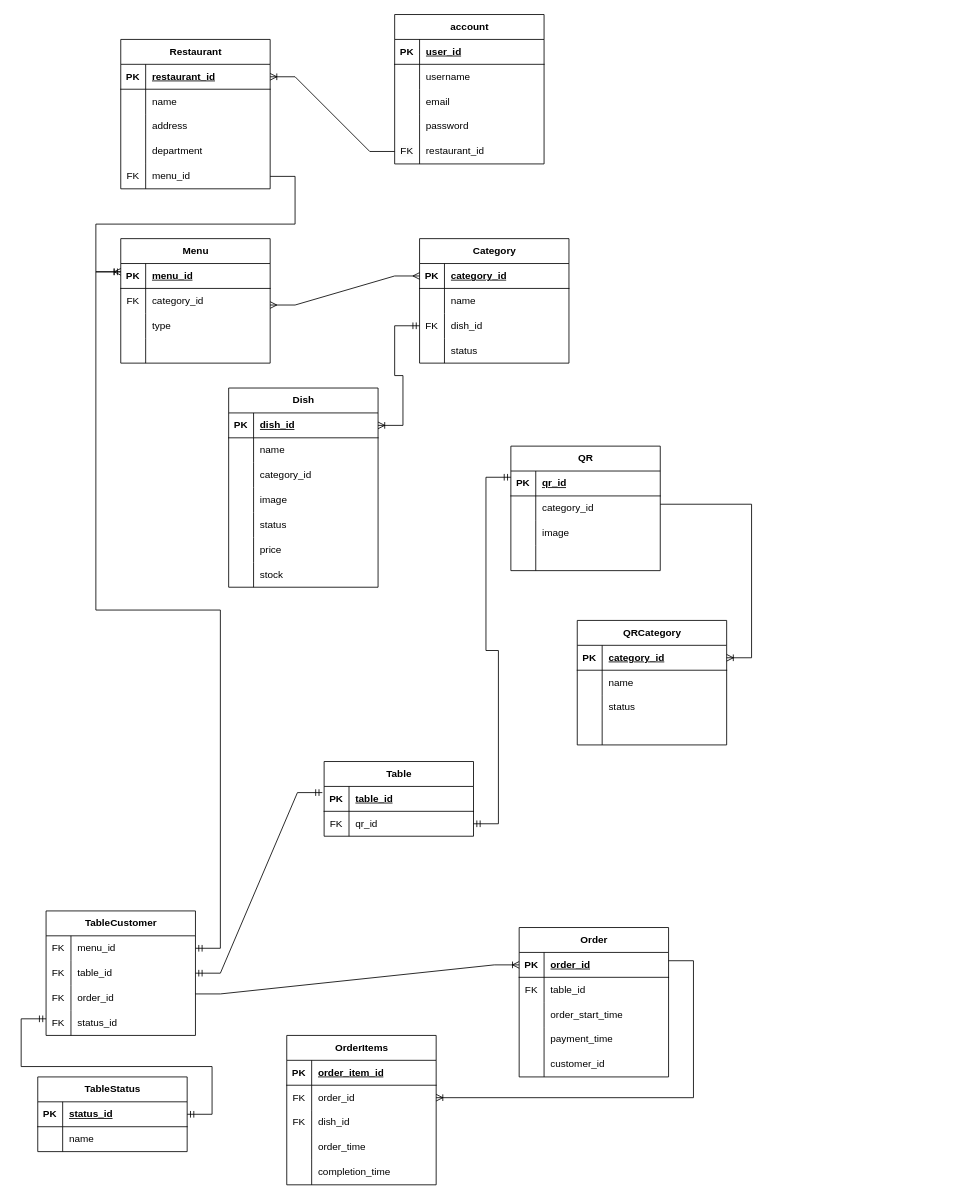
The draw.io diagram Untitled Diagram.drawio in trminhphu79/auth-example-angular, before the edit. Source tidied: cells renumbered, new cells numbered last; positions are measured from the earlier drawing's top-left corner, leaving out a move shared by most shapes. Both pictures are drawn from the tidied source at 83%, with x=0, y=0 at pixel (37, 14).
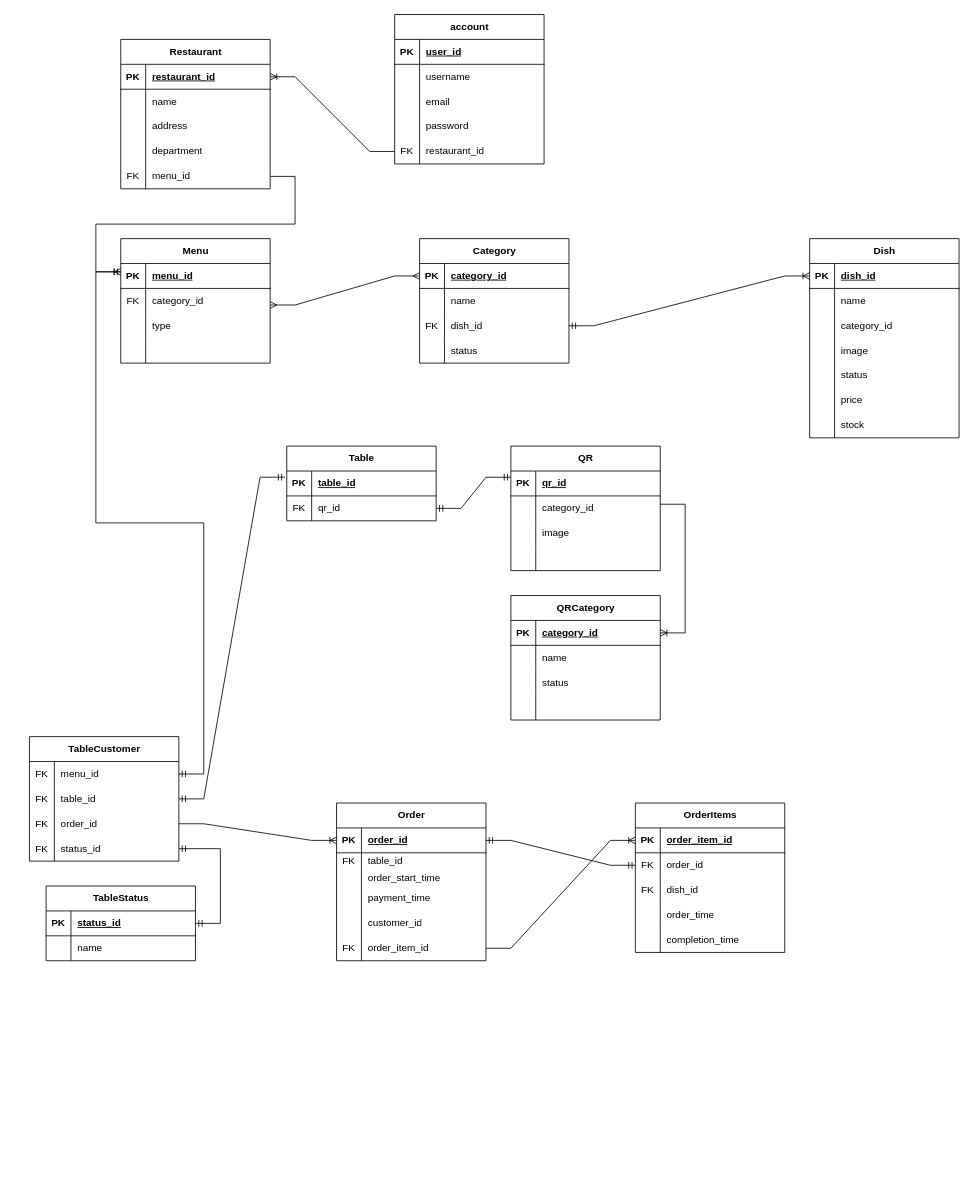
The same page after the edit.

The change refers to these unchanged cells:
```xml
<mxCell id="55" style="shape=tableRow;horizontal=0;startSize=0;swimlaneHead=0;swimlaneBody=0;fillColor=none;points=[[0,0.5],[1,0.5]];portConstraint=eastwest;top=0;left=0;right=0;bottom=0;" parent="48" vertex="1">
  <mxGeometry y="90" width="180" height="30" as="geometry" />
</mxCell>
<mxCell id="62" style="shape=tableRow;horizontal=0;startSize=0;swimlaneHead=0;swimlaneBody=0;fillColor=none;points=[[0,0.5],[1,0.5]];portConstraint=eastwest;top=0;left=0;right=0;bottom=1;" parent="61" vertex="1">
  <mxGeometry y="30" width="180" height="30" as="geometry" />
</mxCell>
<mxCell id="126" style="shape=tableRow;horizontal=0;startSize=0;swimlaneHead=0;swimlaneBody=0;fillColor=none;points=[[0,0.5],[1,0.5]];portConstraint=eastwest;top=0;left=0;right=0;bottom=0;" parent="119" vertex="1">
  <mxGeometry y="90" width="180" height="30" as="geometry" />
</mxCell>
<mxCell id="129" style="shape=tableRow;horizontal=0;startSize=0;swimlaneHead=0;swimlaneBody=0;fillColor=none;points=[[0,0.5],[1,0.5]];portConstraint=eastwest;top=0;left=0;right=0;bottom=0;" parent="119" vertex="1">
  <mxGeometry y="120" width="180" height="30" as="geometry" />
</mxCell>
<mxCell id="137" style="shape=tableRow;horizontal=0;startSize=0;swimlaneHead=0;swimlaneBody=0;fillColor=none;points=[[0,0.5],[1,0.5]];portConstraint=eastwest;top=0;left=0;right=0;bottom=1;" parent="136" vertex="1">
  <mxGeometry y="30" width="180" height="30" as="geometry" />
</mxCell>
<mxCell id="153" style="shape=tableRow;horizontal=0;startSize=0;swimlaneHead=0;swimlaneBody=0;fillColor=none;points=[[0,0.5],[1,0.5]];portConstraint=eastwest;top=0;left=0;right=0;bottom=1;" parent="152" vertex="1">
  <mxGeometry y="30" width="180" height="30" as="geometry" />
</mxCell>
<mxCell id="156" style="shape=tableRow;horizontal=0;startSize=0;swimlaneHead=0;swimlaneBody=0;fillColor=none;points=[[0,0.5],[1,0.5]];portConstraint=eastwest;top=0;left=0;right=0;bottom=0;" parent="152" vertex="1">
  <mxGeometry y="60" width="180" height="30" as="geometry" />
</mxCell>
<mxCell id="171" style="shape=tableRow;horizontal=0;startSize=0;swimlaneHead=0;swimlaneBody=0;fillColor=none;points=[[0,0.5],[1,0.5]];portConstraint=eastwest;top=0;left=0;right=0;bottom=1;" parent="170" vertex="1">
  <mxGeometry y="30" width="180" height="30" as="geometry" />
</mxCell>
```

Change to the diagram source:
```diff
@@
     <mxCell id="61" value="Dish" style="shape=table;startSize=30;childLayout=tableLayout;rowLines=0;fontStyle=1;align=center;html=1;" parent="1" vertex="1">
-      <mxGeometry x="230" y="450" width="180" height="240" as="geometry" />
+      <mxGeometry x="930" y="270" width="180" height="240" as="geometry" />
     </mxCell>
@@
-    <mxCell id="85" style="edgeStyle=entityRelationEdgeStyle;fontSize=12;html=1;endArrow=ERoneToMany;startArrow=ERmandOne;rounded=0;exitX=0;exitY=0.5;exitDx=0;exitDy=0;entryX=1;entryY=0.5;entryDx=0;entryDy=0;" parent="1" edge="1" source="55" target="62">
+    <mxCell id="85" style="edgeStyle=entityRelationEdgeStyle;fontSize=12;html=1;endArrow=ERoneToMany;startArrow=ERmandOne;rounded=0;entryX=0;entryY=0.5;entryDx=0;entryDy=0;" parent="1" edge="1" source="55" target="62">
       <mxGeometry relative="1" as="geometry" />
     </mxCell>
@@
     <mxCell id="99" value="QRCategory" style="shape=table;startSize=30;childLayout=tableLayout;rowLines=0;fontStyle=1;align=center;html=1;" parent="1" vertex="1">
-      <mxGeometry x="650" y="730" width="180" height="150" as="geometry" />
+      <mxGeometry x="570" y="700" width="180" height="150" as="geometry" />
     </mxCell>
@@
     <mxCell id="112" value="Table" style="shape=table;startSize=30;childLayout=tableLayout;rowLines=0;fontStyle=1;align=center;html=1;" parent="1" vertex="1">
-      <mxGeometry x="345" y="900" width="180" height="90" as="geometry" />
+      <mxGeometry x="300" y="520" width="180" height="90" as="geometry" />
     </mxCell>
@@
     <mxCell id="119" value="TableCustomer" style="shape=table;startSize=30;childLayout=tableLayout;rowLines=0;fontStyle=1;align=center;html=1;" parent="1" vertex="1">
-      <mxGeometry x="10" y="1080" width="180" height="150" as="geometry" />
+      <mxGeometry x="-10" y="870" width="180" height="150" as="geometry" />
     </mxCell>
@@
     <mxCell id="136" value="Order" style="shape=table;startSize=30;childLayout=tableLayout;rowLines=0;fontStyle=1;align=center;html=1;" parent="1" vertex="1">
-      <mxGeometry x="580" y="1100" width="180" height="180" as="geometry" />
+      <mxGeometry x="360" y="950" width="180" height="190" as="geometry" />
     </mxCell>
@@
     <mxCell id="140" style="shape=tableRow;horizontal=0;startSize=0;swimlaneHead=0;swimlaneBody=0;fillColor=none;top=0;left=0;right=0;bottom=0;" parent="136" vertex="1">
-      <mxGeometry y="60" width="180" height="30" as="geometry" />
+      <mxGeometry y="60" width="180" height="20" as="geometry" />
     </mxCell>
     <mxCell id="141" value="FK" style="shape=partialRectangle;fillColor=none;top=0;left=0;bottom=0;right=0;overflow=hidden;whiteSpace=wrap;html=1;" parent="140" vertex="1">
-      <mxGeometry width="30" height="30" as="geometry" />
+      <mxGeometry width="30" height="20" as="geometry" />
     </mxCell>
     <mxCell id="142" value="table_id" style="shape=partialRectangle;fillColor=none;top=0;left=0;bottom=0;right=0;align=left;spacingLeft=6;overflow=hidden;whiteSpace=wrap;html=1;" parent="140" vertex="1">
-      <mxGeometry x="30" width="150" height="30" as="geometry" />
+      <mxGeometry x="30" width="150" height="20" as="geometry" />
     </mxCell>
     <mxCell id="143" style="shape=tableRow;horizontal=0;startSize=0;swimlaneHead=0;swimlaneBody=0;fillColor=none;top=0;left=0;right=0;bottom=0;" parent="136" vertex="1">
-      <mxGeometry y="90" width="180" height="30" as="geometry" />
+      <mxGeometry y="80" width="180" height="20" as="geometry" />
     </mxCell>
     <mxCell id="144" style="shape=partialRectangle;fillColor=none;top=0;left=0;bottom=0;right=0;overflow=hidden;whiteSpace=wrap;html=1;" parent="143" vertex="1">
-      <mxGeometry width="30" height="30" as="geometry" />
+      <mxGeometry width="30" height="20" as="geometry" />
     </mxCell>
     <mxCell id="145" value="order_start_time" style="shape=partialRectangle;fillColor=none;top=0;left=0;bottom=0;right=0;align=left;spacingLeft=6;overflow=hidden;whiteSpace=wrap;html=1;" parent="143" vertex="1">
-      <mxGeometry x="30" width="150" height="30" as="geometry" />
+      <mxGeometry x="30" width="150" height="20" as="geometry" />
     </mxCell>
     <mxCell id="146" style="shape=tableRow;horizontal=0;startSize=0;swimlaneHead=0;swimlaneBody=0;fillColor=none;top=0;left=0;right=0;bottom=0;" parent="136" vertex="1">
-      <mxGeometry y="120" width="180" height="30" as="geometry" />
+      <mxGeometry y="100" width="180" height="30" as="geometry" />
     </mxCell>
@@
     <mxCell id="149" style="shape=tableRow;horizontal=0;startSize=0;swimlaneHead=0;swimlaneBody=0;fillColor=none;top=0;left=0;right=0;bottom=0;" parent="136" vertex="1">
-      <mxGeometry y="150" width="180" height="30" as="geometry" />
+      <mxGeometry y="130" width="180" height="30" as="geometry" />
     </mxCell>
@@
+    <mxCell id="178" style="shape=tableRow;horizontal=0;startSize=0;swimlaneHead=0;swimlaneBody=0;fillColor=none;points=[[0,0.5],[1,0.5]];portConstraint=eastwest;top=0;left=0;right=0;bottom=0;" parent="136" vertex="1">
+      <mxGeometry y="160" width="180" height="30" as="geometry" />
+    </mxCell>
+    <mxCell id="179" value="FK" style="shape=partialRectangle;fillColor=none;top=0;left=0;bottom=0;right=0;overflow=hidden;whiteSpace=wrap;html=1;" parent="178" vertex="1">
+      <mxGeometry width="30" height="30" as="geometry" />
+    </mxCell>
+    <mxCell id="180" value="order_item_id&lt;br&gt;" style="shape=partialRectangle;fillColor=none;top=0;left=0;bottom=0;right=0;align=left;spacingLeft=6;overflow=hidden;whiteSpace=wrap;html=1;" parent="178" vertex="1">
+      <mxGeometry x="30" width="150" height="30" as="geometry" />
+    </mxCell>
     <mxCell id="152" value="OrderItems" style="shape=table;startSize=30;childLayout=tableLayout;rowLines=0;fontStyle=1;align=center;html=1;" parent="1" vertex="1">
-      <mxGeometry x="300" y="1230" width="180" height="180" as="geometry" />
+      <mxGeometry x="720" y="950" width="180" height="180" as="geometry" />
     </mxCell>
@@
-    <mxCell id="168" style="edgeStyle=entityRelationEdgeStyle;fontSize=12;html=1;endArrow=ERoneToMany;rounded=0;entryX=1;entryY=0.5;entryDx=0;entryDy=0;" parent="1" edge="1" target="156">
-      <mxGeometry relative="1" as="geometry">
-        <mxPoint x="760" y="1140" as="sourcePoint" />
-      </mxGeometry>
-    </mxCell>
-    <mxCell id="169" style="edgeStyle=entityRelationEdgeStyle;fontSize=12;html=1;endArrow=ERoneToMany;rounded=0;" parent="1" edge="1" target="137">
-      <mxGeometry relative="1" as="geometry">
-        <mxPoint x="190" y="1180" as="sourcePoint" />
-      </mxGeometry>
+    <mxCell id="169" style="edgeStyle=entityRelationEdgeStyle;fontSize=12;html=1;endArrow=ERoneToMany;rounded=0;exitX=1;exitY=0.5;exitDx=0;exitDy=0;" parent="1" edge="1" source="126" target="137">
+      <mxGeometry relative="1" as="geometry" />
     </mxCell>
     <mxCell id="170" value="TableStatus" style="shape=table;startSize=30;childLayout=tableLayout;rowLines=0;fontStyle=1;align=center;html=1;" parent="1" vertex="1">
-      <mxGeometry y="1280" width="180" height="90" as="geometry" />
+      <mxGeometry x="10" y="1050" width="180" height="90" as="geometry" />
     </mxCell>
@@
-    <mxCell id="177" style="edgeStyle=entityRelationEdgeStyle;fontSize=12;html=1;endArrow=ERmandOne;startArrow=ERmandOne;rounded=0;" parent="1" edge="1" source="171">
-      <mxGeometry relative="1" as="geometry">
-        <mxPoint x="10" y="1210" as="targetPoint" />
-      </mxGeometry>
+    <mxCell id="177" style="edgeStyle=entityRelationEdgeStyle;fontSize=12;html=1;endArrow=ERmandOne;startArrow=ERmandOne;rounded=0;entryX=1;entryY=0.5;entryDx=0;entryDy=0;" parent="1" edge="1" source="171" target="129">
+      <mxGeometry relative="1" as="geometry" />
     </mxCell>
+    <mxCell id="181" style="edgeStyle=entityRelationEdgeStyle;fontSize=12;html=1;endArrow=ERoneToMany;rounded=0;" parent="1" edge="1" source="178" target="153">
+      <mxGeometry relative="1" as="geometry">
+        <Array as="points">
+          <mxPoint x="550" y="1200" />
+        </Array>
+      </mxGeometry>
+    </mxCell>
+    <mxCell id="182" style="edgeStyle=entityRelationEdgeStyle;fontSize=12;html=1;endArrow=ERmandOne;startArrow=ERmandOne;rounded=0;exitX=0;exitY=0.5;exitDx=0;exitDy=0;entryX=1;entryY=0.5;entryDx=0;entryDy=0;" parent="1" edge="1" source="156" target="137">
+      <mxGeometry relative="1" as="geometry" />
+    </mxCell>
```
